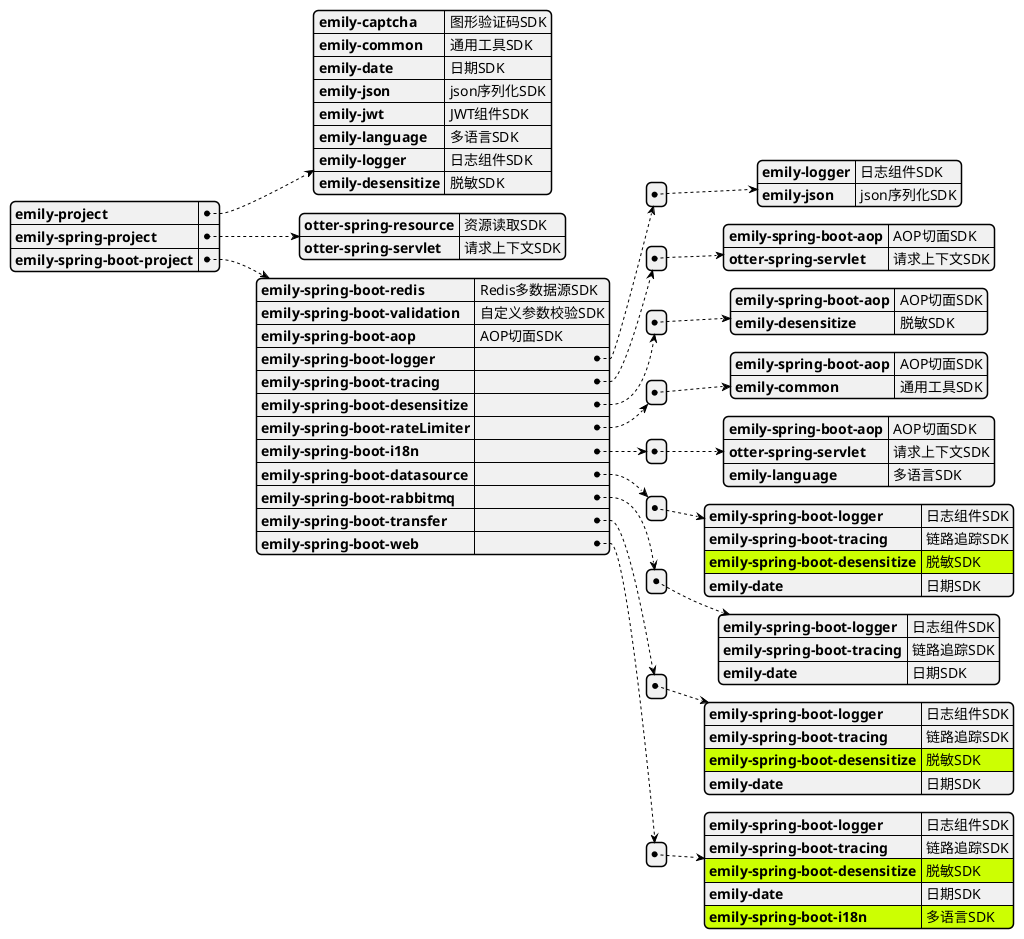
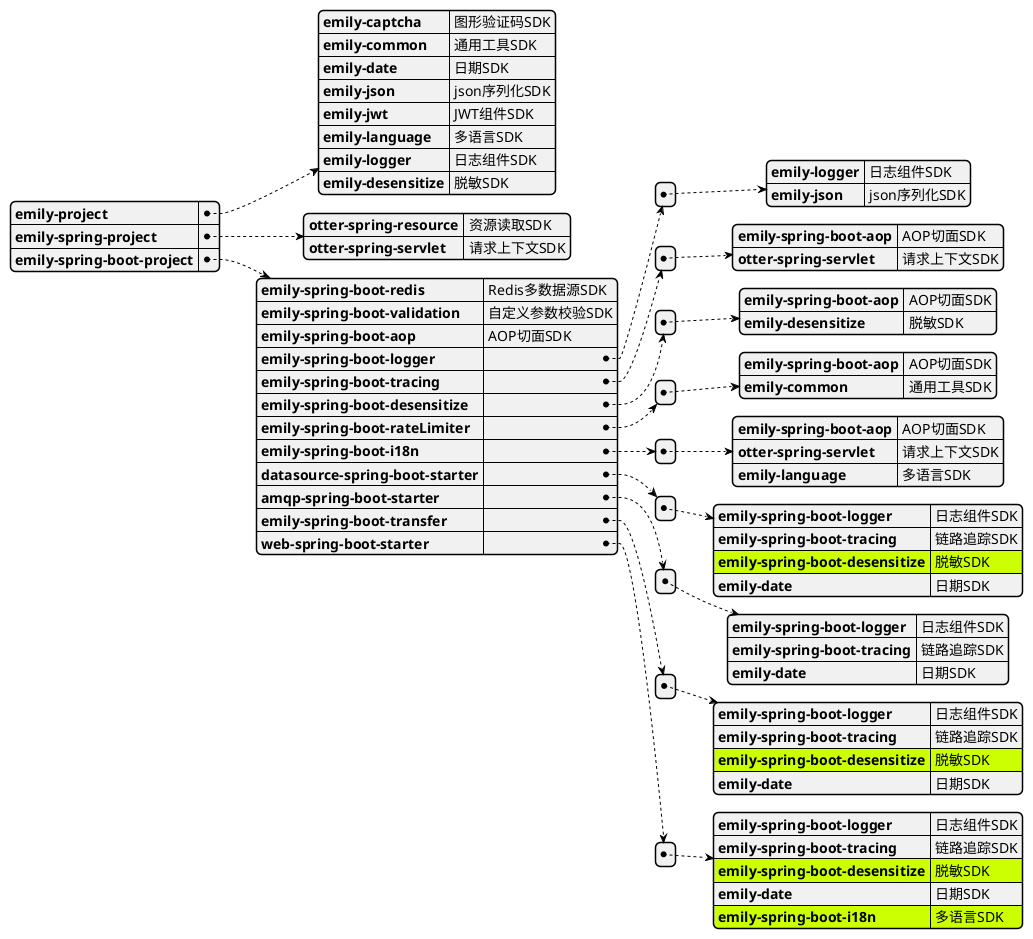
@startjson
- #highlight "emily-spring-boot-project" / "emily-spring-boot-datasource" / "0" /"emily-spring-boot-desensitize"
+ #highlight "emily-spring-boot-project" / "datasource-spring-boot-starter" / "0" /"emily-spring-boot-desensitize"
#highlight "emily-spring-boot-project" / "emily-spring-boot-transfer" / "0" /"emily-spring-boot-desensitize"
- #highlight "emily-spring-boot-project" / "emily-spring-boot-web" / "0" /"emily-spring-boot-desensitize"
- #highlight "emily-spring-boot-project" / "emily-spring-boot-web" / "0" /"emily-spring-boot-i18n"
+ #highlight "emily-spring-boot-project" / "web-spring-boot-starter" / "0" /"emily-spring-boot-desensitize"
+ #highlight "emily-spring-boot-project" / "web-spring-boot-starter" / "0" /"emily-spring-boot-i18n"
{
"emily-project":
  {
  "emily-captcha": "图形验证码SDK",
  "emily-common": "通用工具SDK",
  "emily-date": "日期SDK",
  "emily-json": "json序列化SDK",
  "emily-jwt": "JWT组件SDK",
  "emily-language": "多语言SDK",
  "emily-logger":"日志组件SDK",
  "emily-desensitize":"脱敏SDK"
  },
"emily-spring-project":
 {
 "otter-spring-resource": "资源读取SDK",
 "otter-spring-servlet":"请求上下文SDK"
 },
"emily-spring-boot-project":
  {
  "emily-spring-boot-redis": "Redis多数据源SDK",
  "emily-spring-boot-validation": "自定义参数校验SDK",
  "emily-spring-boot-aop": "AOP切面SDK",
  "emily-spring-boot-logger": [{
        "emily-logger":"日志组件SDK",
        "emily-json":"json序列化SDK"
  }],
  "emily-spring-boot-tracing": [{
        "emily-spring-boot-aop":"AOP切面SDK",
        "otter-spring-servlet":"请求上下文SDK"
  }],
  "emily-spring-boot-desensitize": [{
        "emily-spring-boot-aop":"AOP切面SDK",
        "emily-desensitize":"脱敏SDK"
  }],
  "emily-spring-boot-rateLimiter": [{
        "emily-spring-boot-aop":"AOP切面SDK",
        "emily-common":"通用工具SDK"
  }],
  "emily-spring-boot-i18n": [{
        "emily-spring-boot-aop":"AOP切面SDK",
        "otter-spring-servlet":"请求上下文SDK",
        "emily-language":"多语言SDK"
  }],
-   "emily-spring-boot-datasource": [{
+   "datasource-spring-boot-starter": [{
        "emily-spring-boot-logger":"日志组件SDK",
        "emily-spring-boot-tracing":"链路追踪SDK",
        "emily-spring-boot-desensitize":"脱敏SDK",
        "emily-date":"日期SDK"
  }],
-   "emily-spring-boot-rabbitmq": [{
+   "amqp-spring-boot-starter": [{
        "emily-spring-boot-logger":"日志组件SDK",
        "emily-spring-boot-tracing":"链路追踪SDK",
        "emily-date":"日期SDK"
  }],
  "emily-spring-boot-transfer": [{
          "emily-spring-boot-logger":"日志组件SDK",
          "emily-spring-boot-tracing":"链路追踪SDK",
          "emily-spring-boot-desensitize":"脱敏SDK",
          "emily-date":"日期SDK"
  }],
-   "emily-spring-boot-web": [{
+   "web-spring-boot-starter": [{
           "emily-spring-boot-logger":"日志组件SDK",
           "emily-spring-boot-tracing":"链路追踪SDK",
           "emily-spring-boot-desensitize":"脱敏SDK",
           "emily-date":"日期SDK",
           "emily-spring-boot-i18n":"多语言SDK"
  }]
  }
}
@endjson